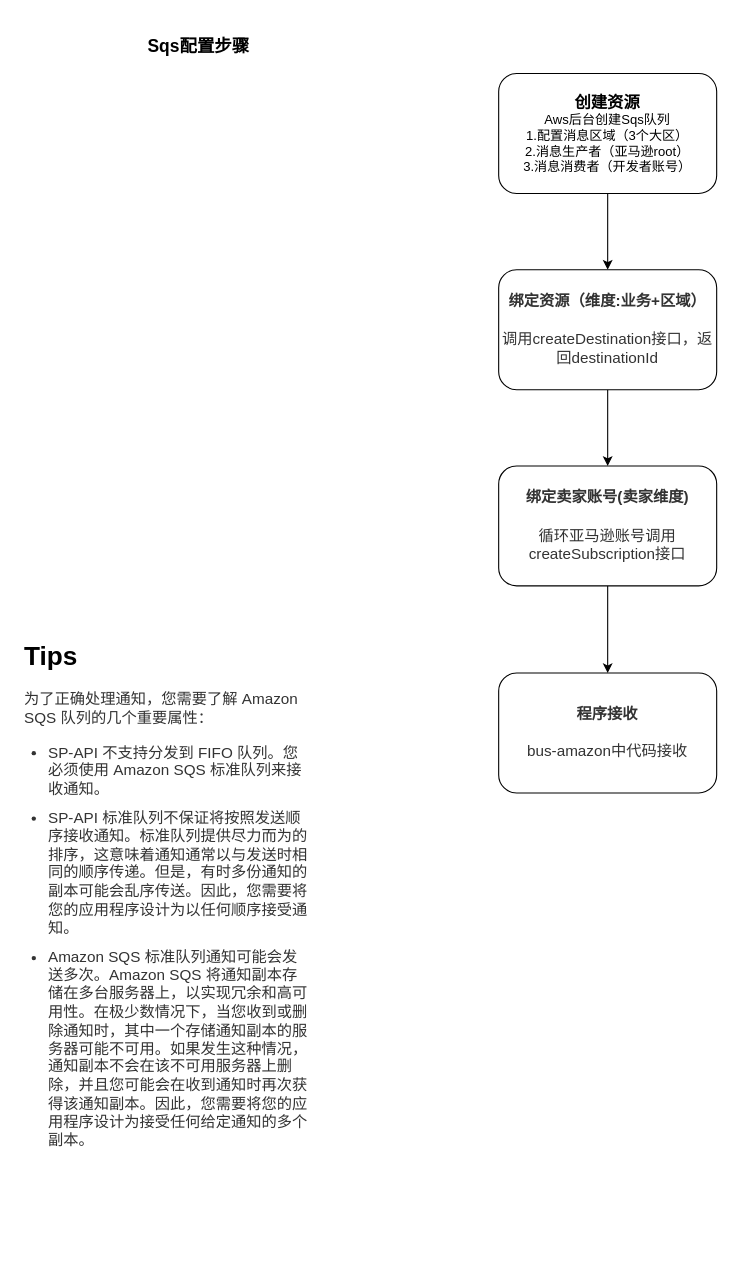
The draw.io diagram sqs配置步骤.drawio in stackWang/tools, before the edit. Source tidied: cells renumbered, new cells numbered last; positions are measured from the earlier drawing's top-left corner, leaving out a move shared by most shapes. Both pictures are drawn from the tidied source at 109%, with x=0, y=0 at pixel (19, 19).
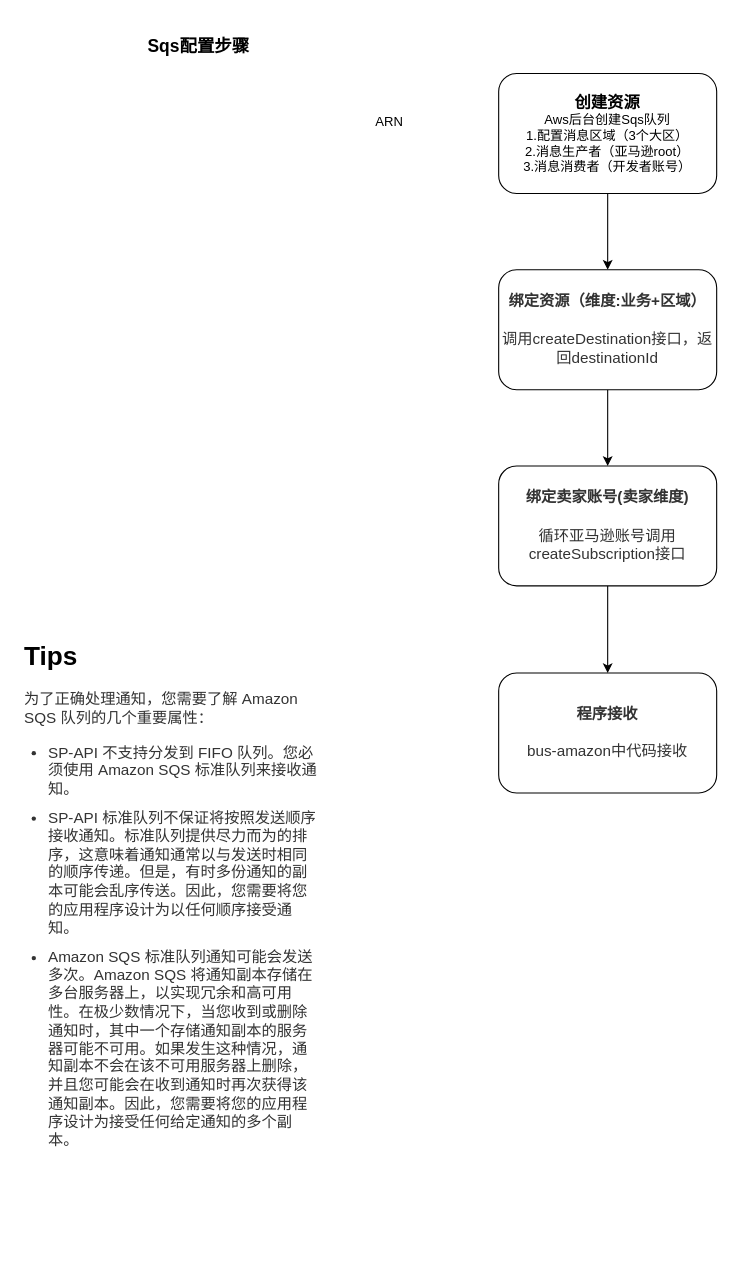
The same diagram, later.

Commit message:
更新sqs配置步骤.drawio

The edit, as a diff of the source:
```diff
@@
 <mxGraphModel>
   <root>
     <mxCell id="0" />
     <mxCell id="1" parent="0" />
     <mxCell id="2" style="edgeStyle=orthogonalEdgeStyle;rounded=0;jettySize=auto;html=1;" parent="1" edge="1" source="3" target="5">
       <mxGeometry relative="1" as="geometry" />
     </mxCell>
     <mxCell id="3" value="&lt;b&gt;&lt;font style=&quot;font-size: 15px;&quot;&gt;创建&lt;/font&gt;&lt;/b&gt;&lt;b&gt;&lt;font style=&quot;font-size: 15px;&quot;&gt;资源&lt;/font&gt;&lt;/b&gt;&lt;br&gt;Aws后台创建Sqs队列&lt;br&gt;1.配置消息区域（3个大区）&lt;br&gt;2.消息生产者（亚马逊root）&lt;br&gt;3.消息消费者（开发者账号）" style="rounded=1;whiteSpace=wrap;html=1;" parent="1" vertex="1">
       <mxGeometry x="440" y="50" width="200" height="110" as="geometry" />
     </mxCell>
     <mxCell id="4" style="edgeStyle=orthogonalEdgeStyle;rounded=0;jettySize=auto;html=1;" parent="1" edge="1" source="5" target="7">
       <mxGeometry relative="1" as="geometry" />
     </mxCell>
     <mxCell id="5" value="&lt;h4 style=&quot;border-color: var(--border-color); box-sizing: border-box; color: rgb(51, 51, 51); font-family: Helvetica, Arial, &amp;quot;Microsoft Yahei&amp;quot;, 微软雅黑, STXihei, 华文细黑, sans-serif; font-size: 14px;&quot;&gt;绑定资源（维度:业务+区域）&lt;/h4&gt;&lt;h4 style=&quot;border-color: var(--border-color); box-sizing: border-box; color: rgb(51, 51, 51); font-family: Helvetica, Arial, &amp;quot;Microsoft Yahei&amp;quot;, 微软雅黑, STXihei, 华文细黑, sans-serif; font-size: 14px;&quot;&gt;&lt;span style=&quot;font-weight: normal;&quot;&gt;调用createDestination接口，返回destinationId&lt;/span&gt;&lt;/h4&gt;" style="rounded=1;whiteSpace=wrap;html=1;" parent="1" vertex="1">
       <mxGeometry x="440" y="230" width="200" height="110" as="geometry" />
     </mxCell>
     <mxCell id="6" style="edgeStyle=orthogonalEdgeStyle;rounded=0;jettySize=auto;html=1;" parent="1" edge="1" source="7" target="10">
       <mxGeometry relative="1" as="geometry" />
     </mxCell>
     <mxCell id="7" value="&lt;h4 style=&quot;border-color: var(--border-color); box-sizing: border-box; color: rgb(51, 51, 51); font-family: Helvetica, Arial, &amp;quot;Microsoft Yahei&amp;quot;, 微软雅黑, STXihei, 华文细黑, sans-serif; font-size: 14px;&quot;&gt;绑定卖家账号(卖家维度)&lt;/h4&gt;&lt;h4 style=&quot;border-color: var(--border-color); box-sizing: border-box; color: rgb(51, 51, 51); font-family: Helvetica, Arial, &amp;quot;Microsoft Yahei&amp;quot;, 微软雅黑, STXihei, 华文细黑, sans-serif; font-size: 14px;&quot;&gt;&lt;span style=&quot;font-weight: normal;&quot;&gt;循环亚马逊账号调用createSubscription接口&lt;/span&gt;&lt;/h4&gt;" style="rounded=1;whiteSpace=wrap;html=1;" parent="1" vertex="1">
       <mxGeometry x="440" y="410" width="200" height="110" as="geometry" />
     </mxCell>
     <mxCell id="8" value="&lt;h1&gt;Tips&lt;/h1&gt;&lt;p style=&quot;box-sizing: border-box; margin-top: 15px; margin-bottom: 15px; color: rgb(51, 51, 51); font-family: Helvetica, Arial, &amp;quot;Microsoft Yahei&amp;quot;, 微软雅黑, STXihei, 华文细黑, sans-serif; font-size: 14px;&quot;&gt;为了正确处理通知，您需要了解 Amazon SQS 队列的几个重要属性：&lt;/p&gt;&lt;ul style=&quot;box-sizing: border-box; margin: 0px 0px 0px 2px; padding: 0px 0px 0px 20px; list-style-position: initial; list-style-image: initial; color: rgb(51, 51, 51); font-family: Helvetica, Arial, &amp;quot;Microsoft Yahei&amp;quot;, 微软雅黑, STXihei, 华文细黑, sans-serif; font-size: 14px;&quot;&gt;&lt;li style=&quot;box-sizing: border-box; margin-bottom: 10px;&quot;&gt;SP-API 不支持分发到 FIFO 队列。您必须使用 Amazon SQS 标准队列来接收通知。&lt;/li&gt;&lt;li style=&quot;box-sizing: border-box; margin-bottom: 10px;&quot;&gt;SP-API 标准队列不保证将按照发送顺序接收通知。标准队列提供尽力而为的排序，这意味着通知通常以与发送时相同的顺序传递。但是，有时多份通知的副本可能会乱序传送。因此，您需要将您的应用程序设计为以任何顺序接受通知。&lt;/li&gt;&lt;li style=&quot;box-sizing: border-box; margin-bottom: 0px;&quot;&gt;Amazon SQS 标准队列通知可能会发送多次。Amazon SQS 将通知副本存储在多台服务器上，以实现冗余和高可用性。在极少数情况下，当您收到或删除通知时，其中一个存储通知副本的服务器可能不可用。如果发生这种情况，通知副本不会在该不可用服务器上删除，并且您可能会在收到通知时再次获得该通知副本。因此，您需要将您的应用程序设计为接受任何给定通知的多个副本。&lt;/li&gt;&lt;/ul&gt;" style="text;html=1;strokeColor=none;fillColor=none;spacing=5;spacingTop=-20;whiteSpace=wrap;overflow=hidden;rounded=0;" parent="1" vertex="1">
-      <mxGeometry y="565" width="270" height="560" as="geometry" />
+      <mxGeometry y="565" width="280" height="560" as="geometry" />
     </mxCell>
     <mxCell id="9" value="&lt;b&gt;&lt;font style=&quot;font-size: 16px;&quot;&gt;Sqs配置步骤&lt;/font&gt;&lt;/b&gt;" style="text;html=1;strokeColor=none;fillColor=none;align=center;verticalAlign=middle;whiteSpace=wrap;rounded=0;" parent="1" vertex="1">
       <mxGeometry x="30" width="270" height="50" as="geometry" />
     </mxCell>
     <mxCell id="10" value="&lt;h4 style=&quot;border-color: var(--border-color); box-sizing: border-box; color: rgb(51, 51, 51); font-family: Helvetica, Arial, &amp;quot;Microsoft Yahei&amp;quot;, 微软雅黑, STXihei, 华文细黑, sans-serif; font-size: 14px;&quot;&gt;程序接收&lt;br&gt;&lt;br&gt;&lt;span style=&quot;font-weight: normal;&quot;&gt;bus-amazon中代码接收&lt;/span&gt;&lt;/h4&gt;" style="rounded=1;whiteSpace=wrap;html=1;" parent="1" vertex="1">
       <mxGeometry x="440" y="600" width="200" height="110" as="geometry" />
     </mxCell>
+    <mxCell id="11" value="ARN" style="text;html=1;strokeColor=none;fillColor=none;align=center;verticalAlign=middle;whiteSpace=wrap;rounded=0;" parent="1" vertex="1">
+      <mxGeometry x="310" y="80" width="60" height="30" as="geometry" />
+    </mxCell>
   </root>
 </mxGraphModel>
```
